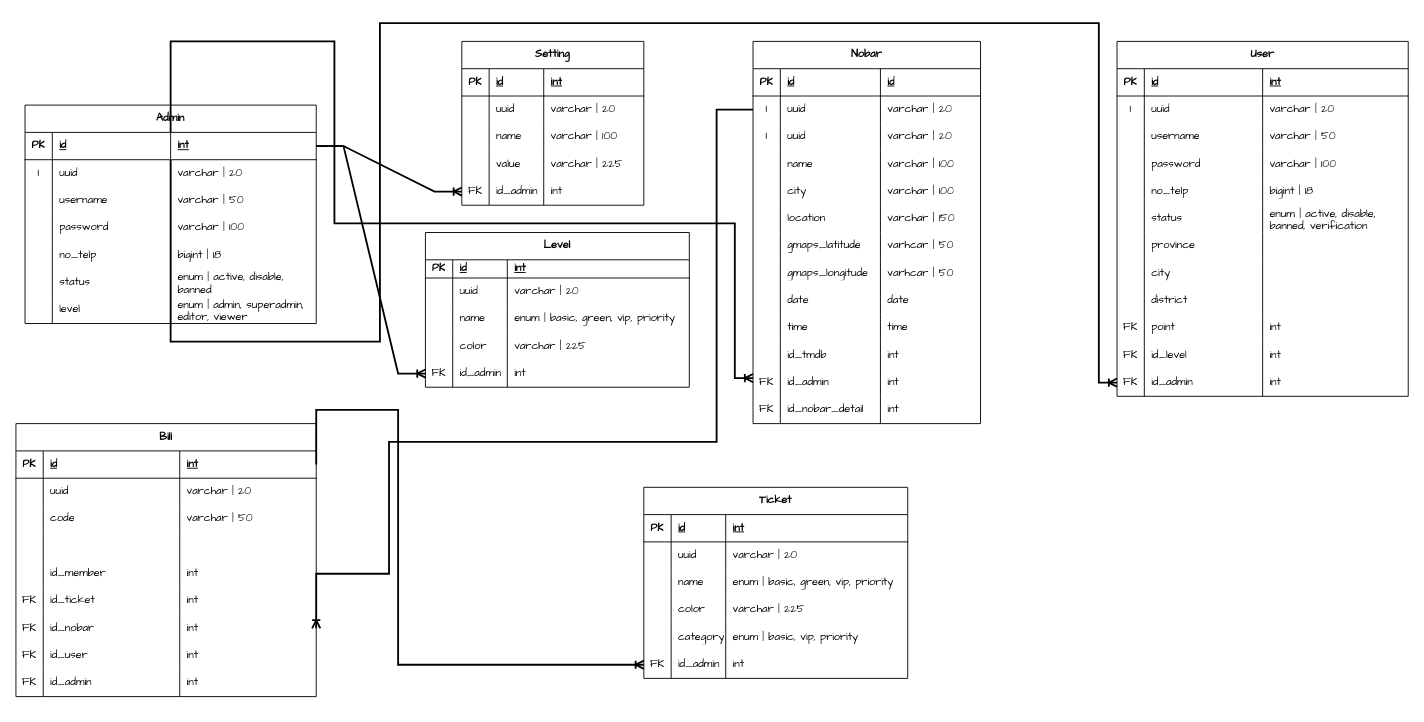
The draw.io diagram page "Page-1" (1 of 2) of AniEvo - Nobar Web App.drawio in irzanaldi/e-aspiration, before the edit. Source tidied: cells renumbered, new cells numbered last; positions are measured from the earlier drawing's top-left corner, leaving out a move shared by most shapes. Both pictures are drawn from the tidied source at 91%, with x=0, y=0 at pixel (15, 23).
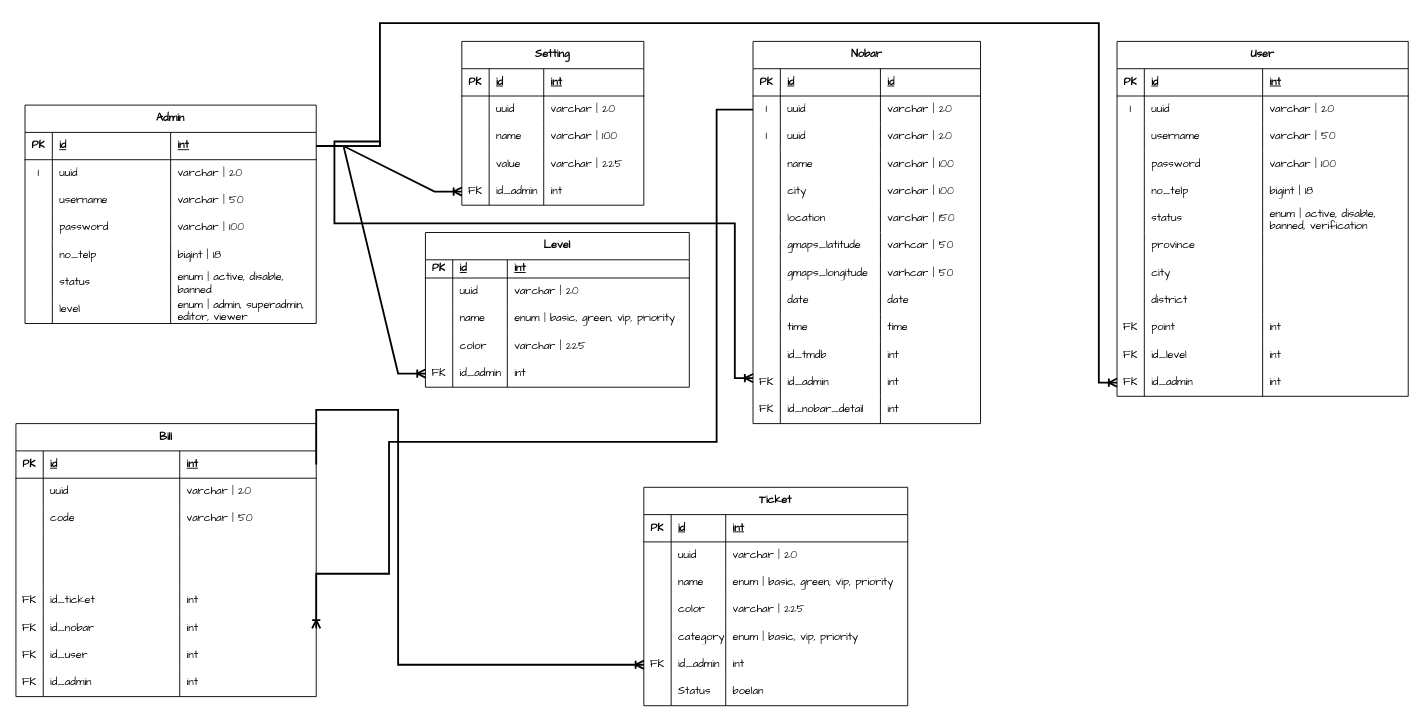
Above is the later version.

The change refers to these unchanged cells:
```xml
<mxCell id="48" style="shape=tableRow;horizontal=0;startSize=0;swimlaneHead=0;swimlaneBody=0;fillColor=none;points=[[0,0.5],[1,0.5]];portConstraint=eastwest;top=0;left=0;right=0;bottom=0;fontFamily=Comic Sans MS;whiteSpace=wrap;labelBackgroundColor=none;" parent="3" vertex="1">
  <mxGeometry y="360" width="250" height="30" as="geometry" />
</mxCell>
<mxCell id="73" style="shape=tableRow;horizontal=0;startSize=0;swimlaneHead=0;swimlaneBody=0;fillColor=none;top=0;left=0;right=0;bottom=0;whiteSpace=wrap;labelBackgroundColor=none;" parent="56" vertex="1">
  <mxGeometry y="150" width="330" height="30" as="geometry" />
</mxCell>
<mxCell id="115" style="shape=tableRow;horizontal=0;startSize=0;swimlaneHead=0;swimlaneBody=0;fillColor=none;points=[[0,0.5],[1,0.5]];portConstraint=eastwest;top=0;left=0;right=0;bottom=1;fontFamily=Comic Sans MS;whiteSpace=wrap;labelBackgroundColor=none;" parent="114" vertex="1">
  <mxGeometry y="30" width="320" height="30" as="geometry" />
</mxCell>
<mxCell id="188" style="shape=tableRow;horizontal=0;startSize=0;swimlaneHead=0;swimlaneBody=0;fillColor=none;points=[[0,0.5],[1,0.5]];portConstraint=eastwest;top=0;left=0;right=0;bottom=0;fontFamily=Comic Sans MS;whiteSpace=wrap;labelBackgroundColor=none;" parent="143" vertex="1">
  <mxGeometry y="360" width="320" height="30" as="geometry" />
</mxCell>
```

The edit, as a diff of the source:
```diff
@@
     <mxCell id="2" style="fontSize=12;html=1;endArrow=ERoneToMany;rounded=0;fontFamily=Comic Sans MS;fontColor=default;startSize=30;edgeStyle=orthogonalEdgeStyle;strokeWidth=2;labelBackgroundColor=none;" parent="1" edge="1" source="115" target="48">
       <mxGeometry relative="1" as="geometry">
         <Array as="points">
-          <mxPoint x="170" y="20" />
-          <mxPoint x="350" y="20" />
+          <mxPoint x="400" y="135" />
+          <mxPoint x="400" y="130" />
+          <mxPoint x="350" y="130" />
           <mxPoint x="350" y="220" />
           <mxPoint x="790" y="220" />
           <mxPoint x="790" y="390" />
         </Array>
       </mxGeometry>
     </mxCell>
@@
-    <mxCell id="75" value="id_member" style="shape=partialRectangle;fillColor=none;top=0;left=0;bottom=0;right=0;align=left;spacingLeft=6;overflow=hidden;fontFamily=Comic Sans MS;whiteSpace=wrap;labelBackgroundColor=none;" parent="73" vertex="1">
+    <mxCell id="75" style="shape=partialRectangle;fillColor=none;top=0;left=0;bottom=0;right=0;align=left;spacingLeft=6;overflow=hidden;fontFamily=Comic Sans MS;whiteSpace=wrap;labelBackgroundColor=none;" parent="73" vertex="1">
       <mxGeometry x="30" width="150" height="30" as="geometry" />
     </mxCell>
-    <mxCell id="76" value="int" style="shape=partialRectangle;fillColor=none;top=0;left=0;bottom=0;right=0;align=left;spacingLeft=6;overflow=hidden;fontFamily=Comic Sans MS;whiteSpace=wrap;labelBackgroundColor=none;" parent="73" vertex="1">
+    <mxCell id="76" style="shape=partialRectangle;fillColor=none;top=0;left=0;bottom=0;right=0;align=left;spacingLeft=6;overflow=hidden;fontFamily=Comic Sans MS;whiteSpace=wrap;labelBackgroundColor=none;" parent="73" vertex="1">
       <mxGeometry x="180" width="150" height="30" as="geometry" />
     </mxCell>
@@
     <mxCell id="192" style="edgeStyle=orthogonalEdgeStyle;fontSize=12;html=1;endArrow=ERoneToMany;rounded=0;fontFamily=Comic Sans MS;fontColor=default;startSize=30;strokeWidth=2;labelBackgroundColor=none;" parent="1" edge="1" source="115" target="188">
       <mxGeometry relative="1" as="geometry">
         <Array as="points">
-          <mxPoint x="170" y="350" />
-          <mxPoint x="400" y="350" />
+          <mxPoint x="400" y="135" />
           <mxPoint x="400" />
           <mxPoint x="1190" />
           <mxPoint x="1190" y="395" />
         </Array>
       </mxGeometry>
     </mxCell>
@@
     <mxCell id="216" value="Ticket" style="shape=table;startSize=30;childLayout=tableLayout;rowLines=0;fontStyle=1;align=center;fontFamily=Comic Sans MS;whiteSpace=wrap;fillColor=none;labelBackgroundColor=none;" parent="1" vertex="1">
-      <mxGeometry x="690" y="510" width="290" height="210" as="geometry" />
+      <mxGeometry x="690" y="510" width="290" height="240" as="geometry" />
     </mxCell>
@@
+    <mxCell id="243" style="shape=tableRow;horizontal=0;startSize=0;swimlaneHead=0;swimlaneBody=0;fillColor=none;top=0;left=0;right=0;bottom=0;fontFamily=Comic Sans MS;whiteSpace=wrap;labelBackgroundColor=none;" parent="216" vertex="1">
+      <mxGeometry y="210" width="290" height="30" as="geometry" />
+    </mxCell>
+    <mxCell id="244" style="shape=partialRectangle;fillColor=none;top=0;left=0;bottom=0;right=0;overflow=hidden;fontFamily=Comic Sans MS;whiteSpace=wrap;labelBackgroundColor=none;" parent="243" vertex="1">
+      <mxGeometry width="30" height="30" as="geometry" />
+    </mxCell>
+    <mxCell id="245" value="Status" style="shape=partialRectangle;fillColor=none;top=0;left=0;bottom=0;right=0;align=left;spacingLeft=6;overflow=hidden;fontFamily=Comic Sans MS;whiteSpace=wrap;labelBackgroundColor=none;" parent="243" vertex="1">
+      <mxGeometry x="30" width="60" height="30" as="geometry" />
+    </mxCell>
+    <mxCell id="246" value="boelan" style="shape=partialRectangle;fillColor=none;top=0;left=0;bottom=0;right=0;align=left;spacingLeft=6;overflow=hidden;fontFamily=Comic Sans MS;whiteSpace=wrap;labelBackgroundColor=none;" parent="243" vertex="1">
+      <mxGeometry x="90" width="200" height="30" as="geometry" />
+    </mxCell>
```
